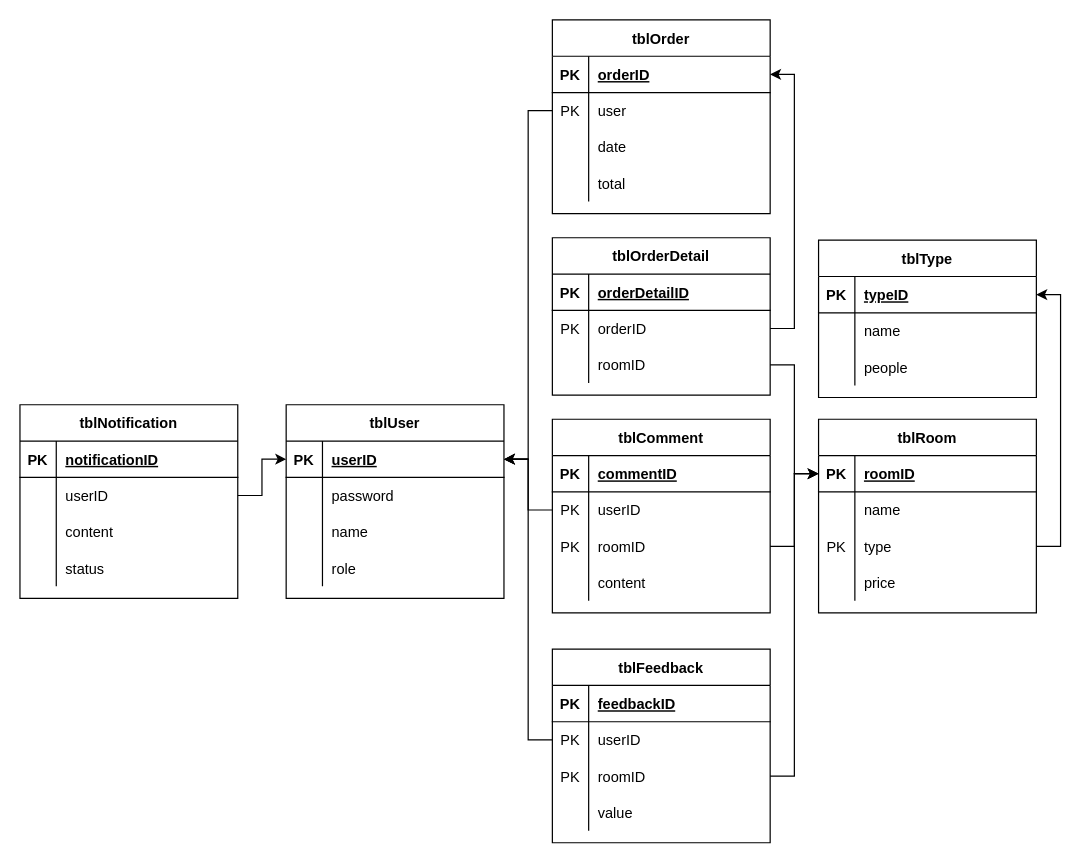
Above: Database/PRN292_Assignment.drawio in passion-Infinity/PRN292_Assignment (draw.io), before the change. Source tidied: cells renumbered, new cells numbered last; positions are measured from the earlier drawing's top-left corner, leaving out a move shared by most shapes. Both pictures are drawn from the tidied source at 121%, with x=0, y=0 at pixel (19, 19).
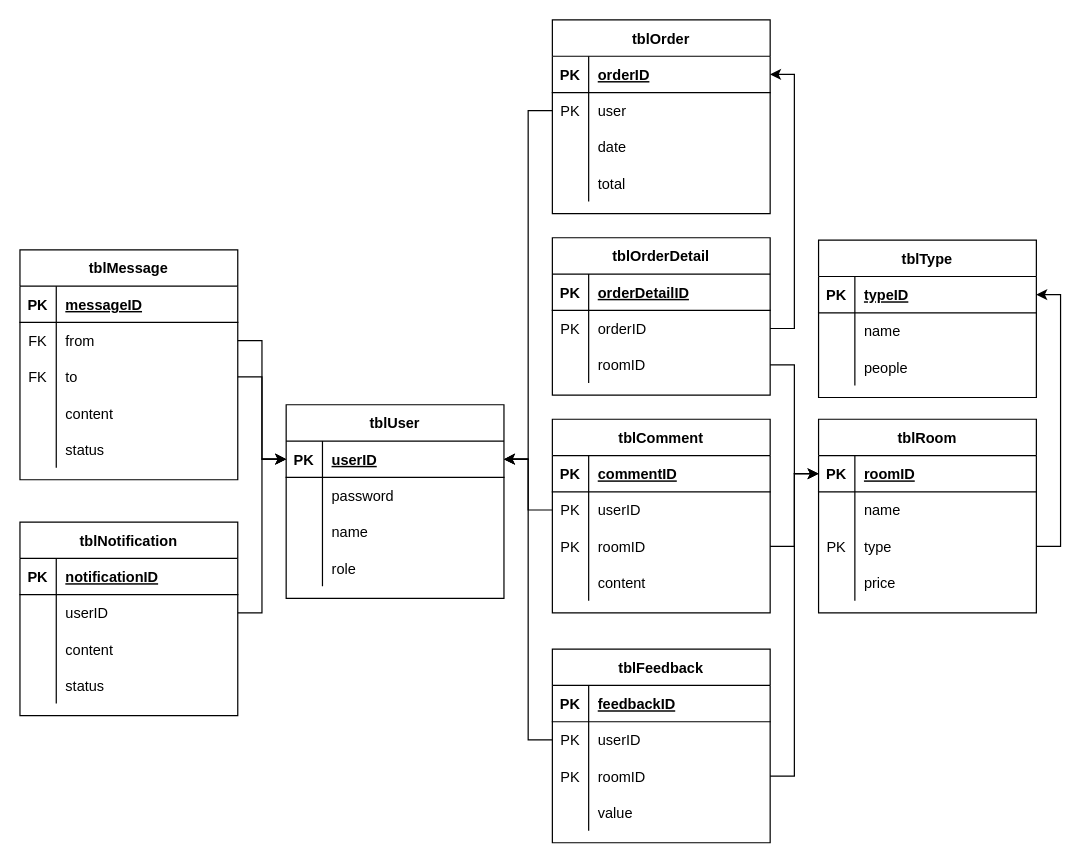
The same page after the edit.

Unchanged cells that the change refers to:
```xml
<mxCell id="49" style="shape=partialRectangle;fillColor=none;top=0;left=0;bottom=1;right=0;points=[[0,0.5],[1,0.5]];portConstraint=eastwest;" parent="48" vertex="1">
  <mxGeometry y="30" width="180" height="30" as="geometry" />
</mxCell>
```

What changed in the source:
```diff
@@
     <mxCell id="95" value="tblNotification" style="shape=table;startSize=30;childLayout=tableLayout;rowLines=0;fontStyle=1;align=center;" parent="1" vertex="1">
-      <mxGeometry y="318" width="180" height="160" as="geometry" />
+      <mxGeometry y="415" width="180" height="160" as="geometry" />
     </mxCell>
@@
+    <mxCell id="109" value="tblMessage" style="shape=table;startSize=30;childLayout=tableLayout;rowLines=0;fontStyle=1;align=center;" parent="1" vertex="1">
+      <mxGeometry y="190" width="180" height="190" as="geometry" />
+    </mxCell>
+    <mxCell id="110" style="shape=partialRectangle;fillColor=none;top=0;left=0;bottom=1;right=0;" parent="109" vertex="1">
+      <mxGeometry y="30" width="180" height="30" as="geometry" />
+    </mxCell>
+    <mxCell id="111" value="PK" style="shape=partialRectangle;fillColor=none;top=0;left=0;bottom=0;right=0;fontStyle=1;overflow=hidden;" parent="110" vertex="1">
+      <mxGeometry width="30" height="30" as="geometry" />
+    </mxCell>
+    <mxCell id="112" value="messageID" style="shape=partialRectangle;fillColor=none;top=0;left=0;bottom=0;right=0;align=left;spacingLeft=6;fontStyle=5;overflow=hidden;" parent="110" vertex="1">
+      <mxGeometry x="30" width="150" height="30" as="geometry" />
+    </mxCell>
+    <mxCell id="113" style="shape=partialRectangle;fillColor=none;top=0;left=0;bottom=0;right=0;points=[[0,0.5],[1,0.5]];portConstraint=eastwest;" parent="109" vertex="1">
+      <mxGeometry y="60" width="180" height="30" as="geometry" />
+    </mxCell>
+    <mxCell id="114" value="FK" style="shape=partialRectangle;fillColor=none;top=0;left=0;bottom=0;right=0;overflow=hidden;" parent="113" vertex="1">
+      <mxGeometry width="30" height="30" as="geometry" />
+    </mxCell>
+    <mxCell id="115" value="from" style="shape=partialRectangle;fillColor=none;top=0;left=0;bottom=0;right=0;align=left;spacingLeft=6;overflow=hidden;" parent="113" vertex="1">
+      <mxGeometry x="30" width="150" height="30" as="geometry" />
+    </mxCell>
+    <mxCell id="116" style="shape=partialRectangle;fillColor=none;top=0;left=0;bottom=0;right=0;points=[[0,0.5],[1,0.5]];portConstraint=eastwest;" parent="109" vertex="1">
+      <mxGeometry y="90" width="180" height="30" as="geometry" />
+    </mxCell>
+    <mxCell id="117" value="FK" style="shape=partialRectangle;fillColor=none;top=0;left=0;bottom=0;right=0;overflow=hidden;" parent="116" vertex="1">
+      <mxGeometry width="30" height="30" as="geometry" />
+    </mxCell>
+    <mxCell id="118" value="to" style="shape=partialRectangle;fillColor=none;top=0;left=0;bottom=0;right=0;align=left;spacingLeft=6;overflow=hidden;" parent="116" vertex="1">
+      <mxGeometry x="30" width="150" height="30" as="geometry" />
+    </mxCell>
+    <mxCell id="119" style="shape=partialRectangle;fillColor=none;top=0;left=0;bottom=0;right=0;" parent="109" vertex="1">
+      <mxGeometry y="120" width="180" height="30" as="geometry" />
+    </mxCell>
+    <mxCell id="120" style="shape=partialRectangle;fillColor=none;top=0;left=0;bottom=0;right=0;overflow=hidden;" parent="119" vertex="1">
+      <mxGeometry width="30" height="30" as="geometry" />
+    </mxCell>
+    <mxCell id="121" value="content" style="shape=partialRectangle;fillColor=none;top=0;left=0;bottom=0;right=0;align=left;spacingLeft=6;overflow=hidden;" parent="119" vertex="1">
+      <mxGeometry x="30" width="150" height="30" as="geometry" />
+    </mxCell>
+    <mxCell id="122" style="shape=partialRectangle;fillColor=none;top=0;left=0;bottom=0;right=0;" parent="109" vertex="1">
+      <mxGeometry y="150" width="180" height="30" as="geometry" />
+    </mxCell>
+    <mxCell id="123" style="shape=partialRectangle;fillColor=none;top=0;left=0;bottom=0;right=0;overflow=hidden;" parent="122" vertex="1">
+      <mxGeometry width="30" height="30" as="geometry" />
+    </mxCell>
+    <mxCell id="124" value="status" style="shape=partialRectangle;fillColor=none;top=0;left=0;bottom=0;right=0;align=left;spacingLeft=6;overflow=hidden;" parent="122" vertex="1">
+      <mxGeometry x="30" width="150" height="30" as="geometry" />
+    </mxCell>
+    <mxCell id="125" style="edgeStyle=orthogonalEdgeStyle;rounded=0;jettySize=auto;html=1;entryX=0;entryY=0.5;entryDx=0;entryDy=0;" parent="1" edge="1" source="113" target="49">
+      <mxGeometry relative="1" as="geometry" />
+    </mxCell>
+    <mxCell id="126" style="edgeStyle=orthogonalEdgeStyle;rounded=0;jettySize=auto;html=1;entryX=0;entryY=0.5;entryDx=0;entryDy=0;" parent="1" edge="1" source="116" target="49">
+      <mxGeometry relative="1" as="geometry" />
+    </mxCell>
```
